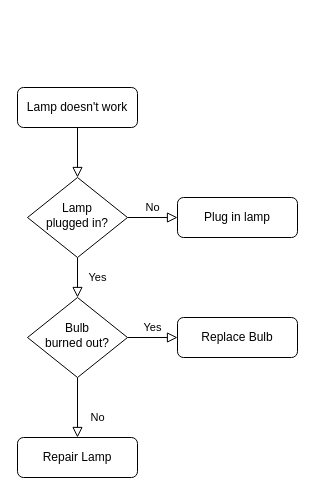
The draw.io diagram 未命名绘图.drawio in arduinoo/flowchart, before the edit. Source tidied: cells renumbered, new cells numbered last; positions are measured from the earlier drawing's top-left corner, leaving out a move shared by most shapes. Both pictures are drawn from the tidied source at 100%, with x=0, y=0 at pixel (17, 87).
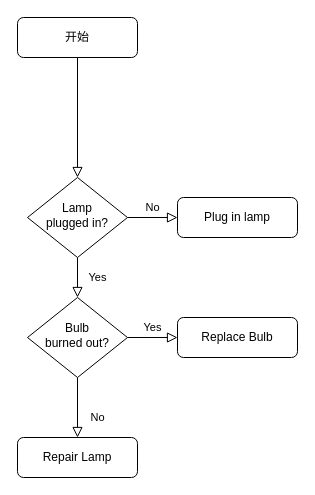
After the change.

Commit message (it also covers changes not shown here):
更新未命名绘图.drawio

Diff of the diagram source:
```diff
@@
 <mxGraphModel>
   <root>
     <mxCell id="0" />
     <mxCell id="1" parent="0" />
     <mxCell id="2" style="rounded=0;html=1;jettySize=auto;fontSize=11;endArrow=block;endFill=0;endSize=8;strokeWidth=1;shadow=0;labelBackgroundColor=none;edgeStyle=orthogonalEdgeStyle;" parent="1" edge="1" source="3" target="6">
       <mxGeometry relative="1" as="geometry" />
     </mxCell>
-    <mxCell id="3" value="Lamp doesn't work" style="rounded=1;whiteSpace=wrap;html=1;fontSize=12;glass=0;strokeWidth=1;shadow=0;" parent="1" vertex="1">
-      <mxGeometry width="120" height="40" as="geometry" />
+    <mxCell id="3" value="开始" style="rounded=1;whiteSpace=wrap;html=1;fontSize=12;glass=0;strokeWidth=1;shadow=0;" parent="1" vertex="1">
+      <mxGeometry y="-70" width="120" height="40" as="geometry" />
     </mxCell>
     <mxCell id="4" value="Yes" style="rounded=0;html=1;jettySize=auto;fontSize=11;endArrow=block;endFill=0;endSize=8;strokeWidth=1;shadow=0;labelBackgroundColor=none;edgeStyle=orthogonalEdgeStyle;" parent="1" edge="1" source="6" target="10">
       <mxGeometry y="20" relative="1" as="geometry" />
     </mxCell>
     <mxCell id="5" value="No" style="edgeStyle=orthogonalEdgeStyle;rounded=0;html=1;jettySize=auto;fontSize=11;endArrow=block;endFill=0;endSize=8;strokeWidth=1;shadow=0;labelBackgroundColor=none;" parent="1" edge="1" source="6" target="7">
       <mxGeometry y="10" relative="1" as="geometry" />
     </mxCell>
     <mxCell id="6" value="Lamp&lt;br&gt;plugged in?" style="rhombus;whiteSpace=wrap;html=1;shadow=0;fontFamily=Helvetica;fontSize=12;align=center;strokeWidth=1;spacing=6;spacingTop=-4;" parent="1" vertex="1">
       <mxGeometry x="10" y="90" width="100" height="80" as="geometry" />
     </mxCell>
     <mxCell id="7" value="Plug in lamp" style="rounded=1;whiteSpace=wrap;html=1;fontSize=12;glass=0;strokeWidth=1;shadow=0;" parent="1" vertex="1">
       <mxGeometry x="160" y="110" width="120" height="40" as="geometry" />
     </mxCell>
     <mxCell id="8" value="No" style="rounded=0;html=1;jettySize=auto;fontSize=11;endArrow=block;endFill=0;endSize=8;strokeWidth=1;shadow=0;labelBackgroundColor=none;edgeStyle=orthogonalEdgeStyle;" parent="1" edge="1" source="10" target="11">
       <mxGeometry x="0.33" y="20" relative="1" as="geometry" />
     </mxCell>
     <mxCell id="9" value="Yes" style="edgeStyle=orthogonalEdgeStyle;rounded=0;html=1;jettySize=auto;fontSize=11;endArrow=block;endFill=0;endSize=8;strokeWidth=1;shadow=0;labelBackgroundColor=none;" parent="1" edge="1" source="10" target="12">
       <mxGeometry y="10" relative="1" as="geometry" />
     </mxCell>
     <mxCell id="10" value="Bulb&lt;br&gt;burned out?" style="rhombus;whiteSpace=wrap;html=1;shadow=0;fontFamily=Helvetica;fontSize=12;align=center;strokeWidth=1;spacing=6;spacingTop=-4;" parent="1" vertex="1">
       <mxGeometry x="10" y="210" width="100" height="80" as="geometry" />
     </mxCell>
     <mxCell id="11" value="Repair Lamp" style="rounded=1;whiteSpace=wrap;html=1;fontSize=12;glass=0;strokeWidth=1;shadow=0;" parent="1" vertex="1">
       <mxGeometry y="350" width="120" height="40" as="geometry" />
     </mxCell>
     <mxCell id="12" value="Replace Bulb" style="rounded=1;whiteSpace=wrap;html=1;fontSize=12;glass=0;strokeWidth=1;shadow=0;" parent="1" vertex="1">
       <mxGeometry x="160" y="230" width="120" height="40" as="geometry" />
     </mxCell>
   </root>
 </mxGraphModel>
```
